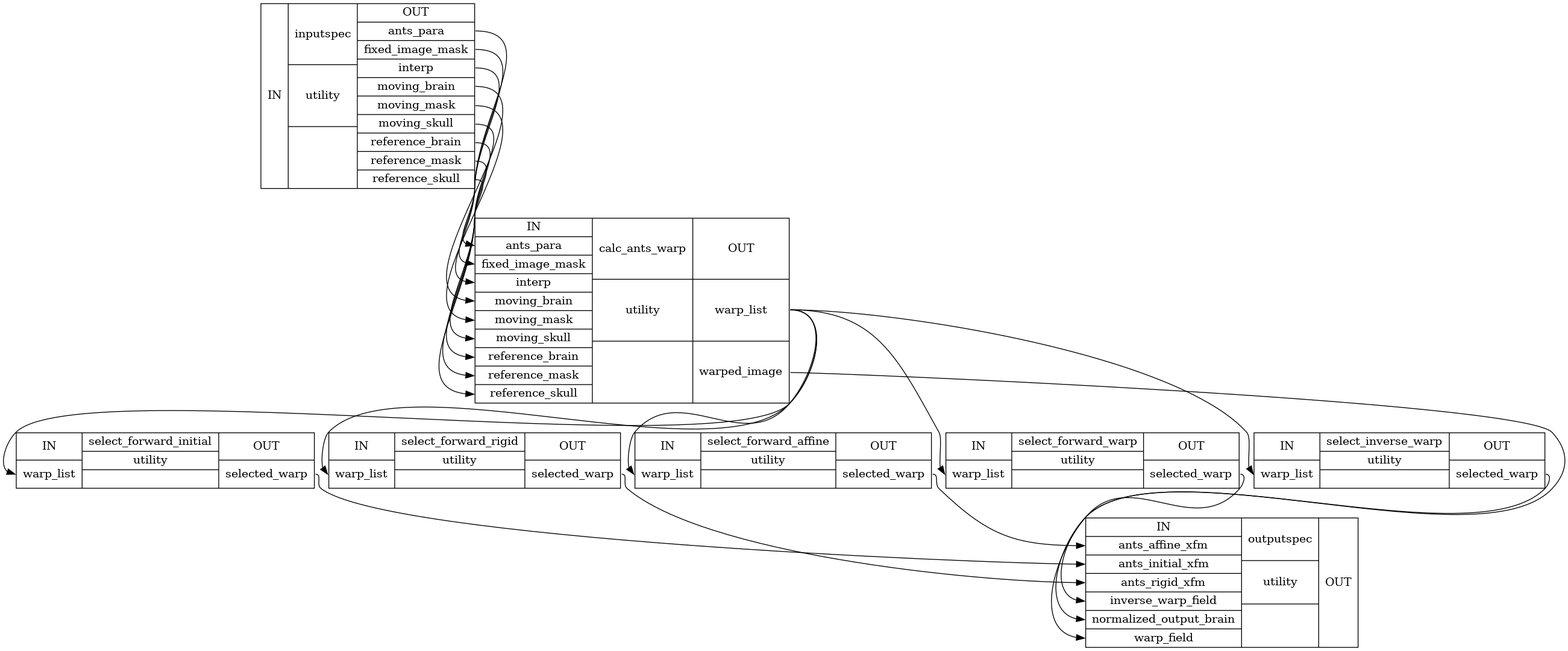
This is docs/nightly/developer/workflows/images/generated/calculate_ants_warp_detailed.png from FCP-INDI/fcp-indi.github.io, a Graphviz export, as it was before one commit. Its source is kept beside it as docs/nightly/developer/workflows/images/generated/calculate_ants_warp_detailed.dot. Its diagram source:
```dot
digraph structs {
node [shape=record];
"create_wf_calculate_ants_warpinputspec" [label="{IN}|{ inputspec | utility |  }|{OUT|<outantspara> ants_para|<outfixedimagemask> fixed_image_mask|<outinterp> interp|<outmovingbrain> moving_brain|<outmovingmask> moving_mask|<outmovingskull> moving_skull|<outreferencebrain> reference_brain|<outreferencemask> reference_mask|<outreferenceskull> reference_skull}"];
"create_wf_calculate_ants_warpcalc_ants_warp" [label="{IN|<inantspara> ants_para|<infixedimagemask> fixed_image_mask|<ininterp> interp|<inmovingbrain> moving_brain|<inmovingmask> moving_mask|<inmovingskull> moving_skull|<inreferencebrain> reference_brain|<inreferencemask> reference_mask|<inreferenceskull> reference_skull}|{ calc_ants_warp | utility |  }|{OUT|<outwarplist> warp_list|<outwarpedimage> warped_image}"];
"create_wf_calculate_ants_warpselect_forward_initial" [label="{IN|<inwarplist> warp_list}|{ select_forward_initial | utility |  }|{OUT|<outselectedwarp> selected_warp}"];
"create_wf_calculate_ants_warpselect_forward_rigid" [label="{IN|<inwarplist> warp_list}|{ select_forward_rigid | utility |  }|{OUT|<outselectedwarp> selected_warp}"];
"create_wf_calculate_ants_warpselect_forward_affine" [label="{IN|<inwarplist> warp_list}|{ select_forward_affine | utility |  }|{OUT|<outselectedwarp> selected_warp}"];
"create_wf_calculate_ants_warpselect_forward_warp" [label="{IN|<inwarplist> warp_list}|{ select_forward_warp | utility |  }|{OUT|<outselectedwarp> selected_warp}"];
"create_wf_calculate_ants_warpselect_inverse_warp" [label="{IN|<inwarplist> warp_list}|{ select_inverse_warp | utility |  }|{OUT|<outselectedwarp> selected_warp}"];
"create_wf_calculate_ants_warpoutputspec" [label="{IN|<inantsaffinexfm> ants_affine_xfm|<inantsinitialxfm> ants_initial_xfm|<inantsrigidxfm> ants_rigid_xfm|<ininversewarpfield> inverse_warp_field|<innormalizedoutputbrain> normalized_output_brain|<inwarpfield> warp_field}|{ outputspec | utility |  }|{OUT}"];
"create_wf_calculate_ants_warpcalc_ants_warp":"outwarpedimage":e -> "create_wf_calculate_ants_warpoutputspec":"innormalizedoutputbrain":w;
"create_wf_calculate_ants_warpcalc_ants_warp":"outwarplist":e -> "create_wf_calculate_ants_warpselect_forward_affine":"inwarplist":w;
"create_wf_calculate_ants_warpcalc_ants_warp":"outwarplist":e -> "create_wf_calculate_ants_warpselect_forward_initial":"inwarplist":w;
"create_wf_calculate_ants_warpcalc_ants_warp":"outwarplist":e -> "create_wf_calculate_ants_warpselect_forward_rigid":"inwarplist":w;
"create_wf_calculate_ants_warpcalc_ants_warp":"outwarplist":e -> "create_wf_calculate_ants_warpselect_forward_warp":"inwarplist":w;
"create_wf_calculate_ants_warpcalc_ants_warp":"outwarplist":e -> "create_wf_calculate_ants_warpselect_inverse_warp":"inwarplist":w;
"create_wf_calculate_ants_warpinputspec":"outantspara":e -> "create_wf_calculate_ants_warpcalc_ants_warp":"inantspara":w;
"create_wf_calculate_ants_warpinputspec":"outfixedimagemask":e -> "create_wf_calculate_ants_warpcalc_ants_warp":"infixedimagemask":w;
"create_wf_calculate_ants_warpinputspec":"outinterp":e -> "create_wf_calculate_ants_warpcalc_ants_warp":"ininterp":w;
"create_wf_calculate_ants_warpinputspec":"outmovingbrain":e -> "create_wf_calculate_ants_warpcalc_ants_warp":"inmovingbrain":w;
"create_wf_calculate_ants_warpinputspec":"outmovingmask":e -> "create_wf_calculate_ants_warpcalc_ants_warp":"inmovingmask":w;
"create_wf_calculate_ants_warpinputspec":"outmovingskull":e -> "create_wf_calculate_ants_warpcalc_ants_warp":"inmovingskull":w;
"create_wf_calculate_ants_warpinputspec":"outreferencebrain":e -> "create_wf_calculate_ants_warpcalc_ants_warp":"inreferencebrain":w;
"create_wf_calculate_ants_warpinputspec":"outreferencemask":e -> "create_wf_calculate_ants_warpcalc_ants_warp":"inreferencemask":w;
"create_wf_calculate_ants_warpinputspec":"outreferenceskull":e -> "create_wf_calculate_ants_warpcalc_ants_warp":"inreferenceskull":w;
"create_wf_calculate_ants_warpselect_forward_affine":"outselectedwarp":e -> "create_wf_calculate_ants_warpoutputspec":"inantsaffinexfm":w;
"create_wf_calculate_ants_warpselect_forward_initial":"outselectedwarp":e -> "create_wf_calculate_ants_warpoutputspec":"inantsinitialxfm":w;
"create_wf_calculate_ants_warpselect_forward_rigid":"outselectedwarp":e -> "create_wf_calculate_ants_warpoutputspec":"inantsrigidxfm":w;
"create_wf_calculate_ants_warpselect_forward_warp":"outselectedwarp":e -> "create_wf_calculate_ants_warpoutputspec":"inwarpfield":w;
"create_wf_calculate_ants_warpselect_inverse_warp":"outselectedwarp":e -> "create_wf_calculate_ants_warpoutputspec":"ininversewarpfield":w;
}
```
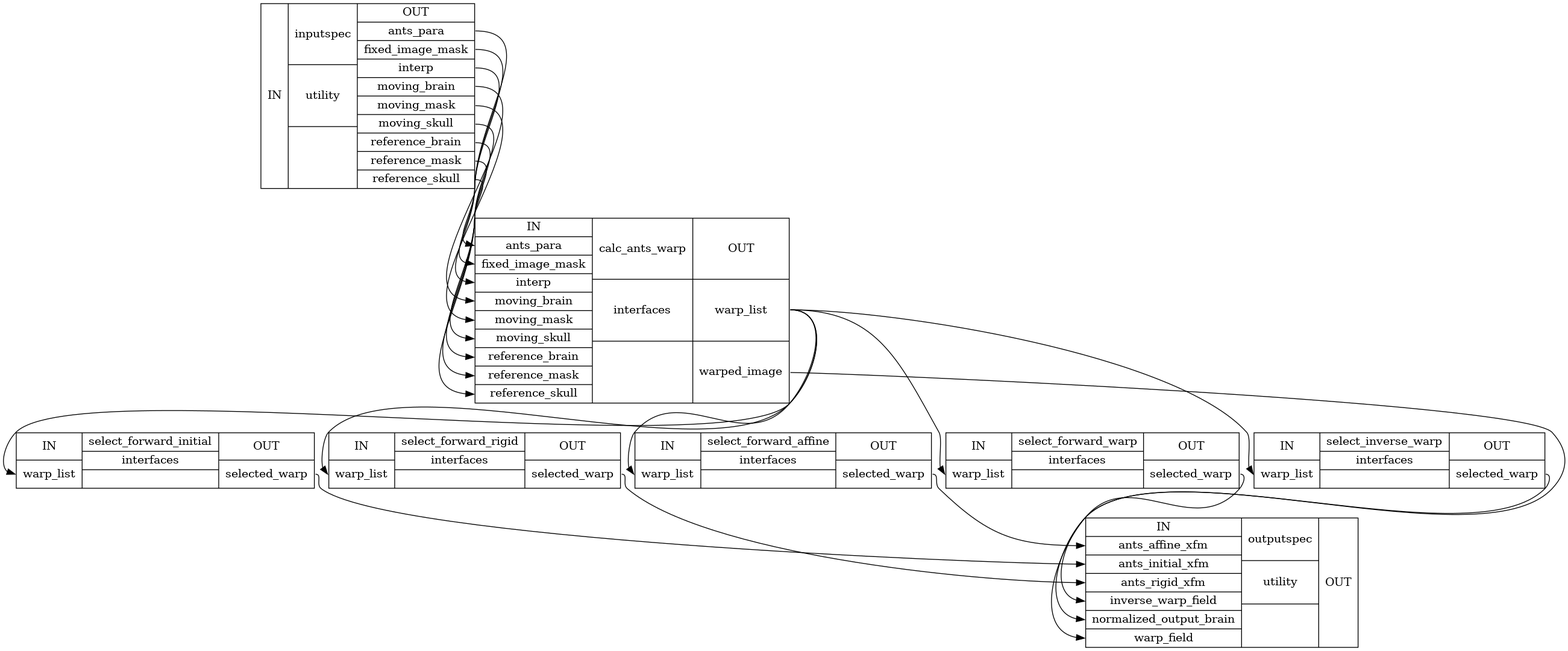
Above is the later version.

Diff of the diagram source:
```diff
@@ -1,12 +1,12 @@
 digraph structs {
 node [shape=record];
 "create_wf_calculate_ants_warpinputspec" [label="{IN}|{ inputspec | utility |  }|{OUT|<outantspara> ants_para|<outfixedimagemask> fixed_image_mask|<outinterp> interp|<outmovingbrain> moving_brain|<outmovingmask> moving_mask|<outmovingskull> moving_skull|<outreferencebrain> reference_brain|<outreferencemask> reference_mask|<outreferenceskull> reference_skull}"];
-"create_wf_calculate_ants_warpcalc_ants_warp" [label="{IN|<inantspara> ants_para|<infixedimagemask> fixed_image_mask|<ininterp> interp|<inmovingbrain> moving_brain|<inmovingmask> moving_mask|<inmovingskull> moving_skull|<inreferencebrain> reference_brain|<inreferencemask> reference_mask|<inreferenceskull> reference_skull}|{ calc_ants_warp | utility |  }|{OUT|<outwarplist> warp_list|<outwarpedimage> warped_image}"];
-"create_wf_calculate_ants_warpselect_forward_initial" [label="{IN|<inwarplist> warp_list}|{ select_forward_initial | utility |  }|{OUT|<outselectedwarp> selected_warp}"];
-"create_wf_calculate_ants_warpselect_forward_rigid" [label="{IN|<inwarplist> warp_list}|{ select_forward_rigid | utility |  }|{OUT|<outselectedwarp> selected_warp}"];
-"create_wf_calculate_ants_warpselect_forward_affine" [label="{IN|<inwarplist> warp_list}|{ select_forward_affine | utility |  }|{OUT|<outselectedwarp> selected_warp}"];
-"create_wf_calculate_ants_warpselect_forward_warp" [label="{IN|<inwarplist> warp_list}|{ select_forward_warp | utility |  }|{OUT|<outselectedwarp> selected_warp}"];
-"create_wf_calculate_ants_warpselect_inverse_warp" [label="{IN|<inwarplist> warp_list}|{ select_inverse_warp | utility |  }|{OUT|<outselectedwarp> selected_warp}"];
+"create_wf_calculate_ants_warpcalc_ants_warp" [label="{IN|<inantspara> ants_para|<infixedimagemask> fixed_image_mask|<ininterp> interp|<inmovingbrain> moving_brain|<inmovingmask> moving_mask|<inmovingskull> moving_skull|<inreferencebrain> reference_brain|<inreferencemask> reference_mask|<inreferenceskull> reference_skull}|{ calc_ants_warp | interfaces |  }|{OUT|<outwarplist> warp_list|<outwarpedimage> warped_image}"];
+"create_wf_calculate_ants_warpselect_forward_initial" [label="{IN|<inwarplist> warp_list}|{ select_forward_initial | interfaces |  }|{OUT|<outselectedwarp> selected_warp}"];
+"create_wf_calculate_ants_warpselect_forward_rigid" [label="{IN|<inwarplist> warp_list}|{ select_forward_rigid | interfaces |  }|{OUT|<outselectedwarp> selected_warp}"];
+"create_wf_calculate_ants_warpselect_forward_affine" [label="{IN|<inwarplist> warp_list}|{ select_forward_affine | interfaces |  }|{OUT|<outselectedwarp> selected_warp}"];
+"create_wf_calculate_ants_warpselect_forward_warp" [label="{IN|<inwarplist> warp_list}|{ select_forward_warp | interfaces |  }|{OUT|<outselectedwarp> selected_warp}"];
+"create_wf_calculate_ants_warpselect_inverse_warp" [label="{IN|<inwarplist> warp_list}|{ select_inverse_warp | interfaces |  }|{OUT|<outselectedwarp> selected_warp}"];
 "create_wf_calculate_ants_warpoutputspec" [label="{IN|<inantsaffinexfm> ants_affine_xfm|<inantsinitialxfm> ants_initial_xfm|<inantsrigidxfm> ants_rigid_xfm|<ininversewarpfield> inverse_warp_field|<innormalizedoutputbrain> normalized_output_brain|<inwarpfield> warp_field}|{ outputspec | utility |  }|{OUT}"];
 "create_wf_calculate_ants_warpcalc_ants_warp":"outwarpedimage":e -> "create_wf_calculate_ants_warpoutputspec":"innormalizedoutputbrain":w;
 "create_wf_calculate_ants_warpcalc_ants_warp":"outwarplist":e -> "create_wf_calculate_ants_warpselect_forward_affine":"inwarplist":w;
```
